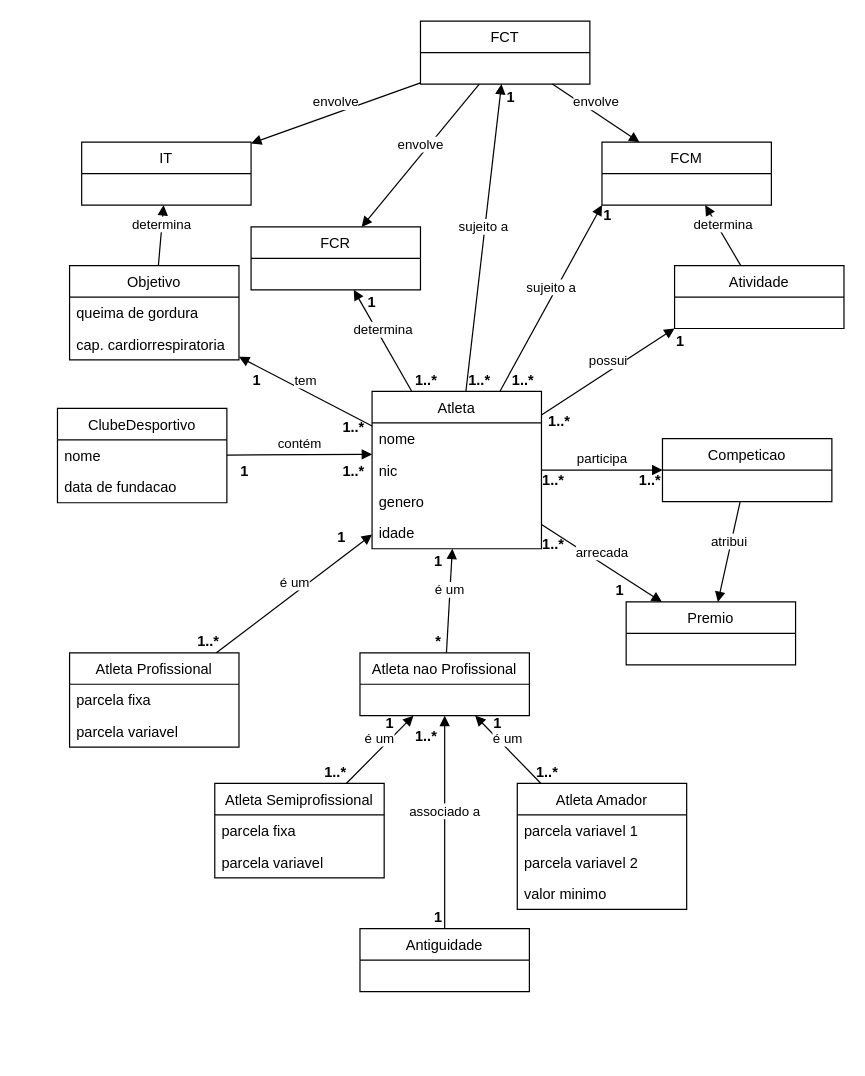
Earlier version of the draw.io diagram Modelo Dominio - Sprint 1.drawio (MarcoPereiraUpSkill/sprint-1-lucas-bruno-marco). Source tidied: cells renumbered, new cells numbered last; positions are measured from the earlier drawing's top-left corner, leaving out a move shared by most shapes. Both pictures are drawn from the tidied source at 121%, with x=0, y=0 at pixel (57, 21).
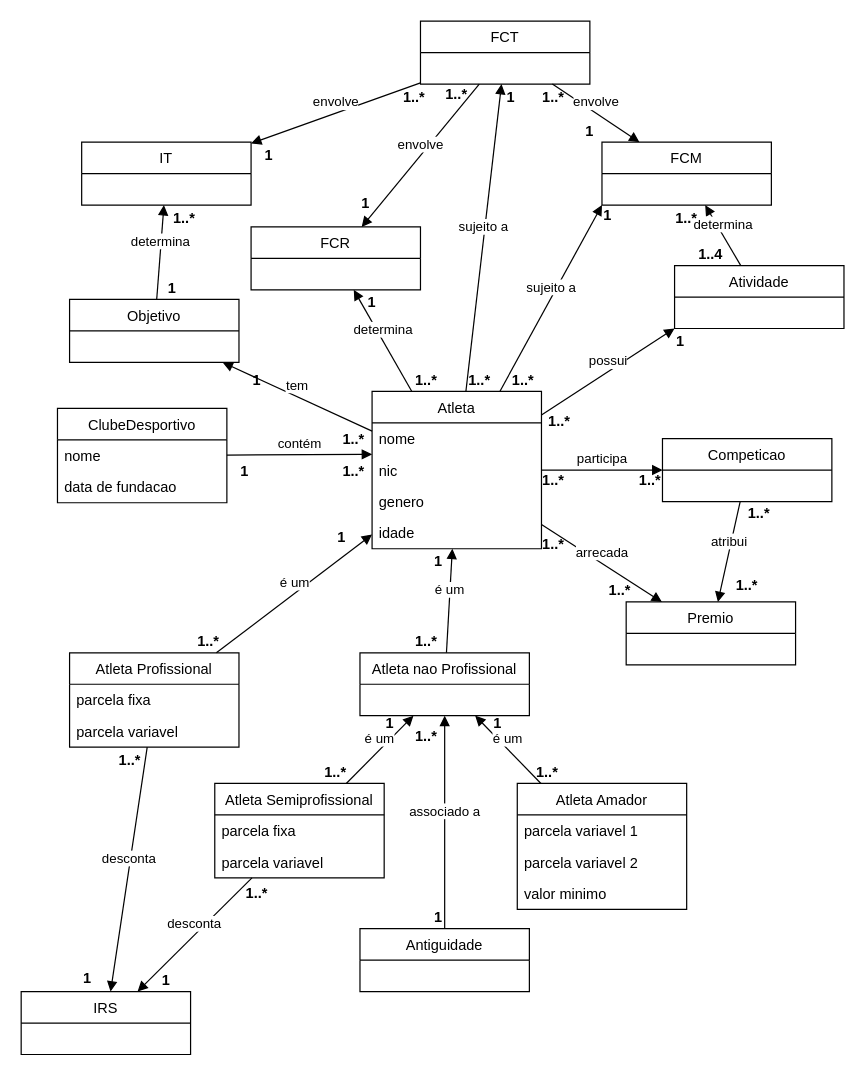
The same page after the edit.

Commit message (it also covers changes not shown here):
Adicionar Diagrama de Classe

The change refers to these unchanged cells:
```xml
<mxCell id="29" value="Atleta Profissional" style="swimlane;fontStyle=0;horizontal=1;startSize=26;fillColor=none;" parent="1" vertex="1">
  <mxGeometry x="10" y="522" width="140" height="78" as="geometry" />
</mxCell>
<mxCell id="37" value="Atleta Semiprofissional" style="swimlane;fontStyle=0;horizontal=1;startSize=26;fillColor=none;" parent="1" vertex="1">
  <mxGeometry x="130" y="630" width="140" height="78" as="geometry" />
</mxCell>
```

The edit, as a diff of the source:
```diff
@@
-    <mxCell id="18" value="Objetivo" style="swimlane;fontStyle=0;horizontal=1;startSize=26;fillColor=none;" parent="1" vertex="1">
-      <mxGeometry x="10" y="202" width="140" height="78" as="geometry" />
-    </mxCell>
-    <mxCell id="19" value="queima de gordura" style="text;strokeColor=none;fillColor=none;align=left;verticalAlign=top;spacingLeft=4;spacingRight=4;overflow=hidden;" parent="18" vertex="1">
-      <mxGeometry y="26" width="140" height="26" as="geometry" />
-    </mxCell>
-    <mxCell id="20" value="cap. cardiorrespiratoria" style="text;strokeColor=none;fillColor=none;align=left;verticalAlign=top;spacingLeft=4;spacingRight=4;overflow=hidden;" parent="18" vertex="1">
-      <mxGeometry y="52" width="140" height="26" as="geometry" />
-    </mxCell>
@@
-    <mxCell id="55" value="*" style="text;align=center;fontStyle=1;verticalAlign=middle;spacingLeft=3;spacingRight=3;strokeColor=none;" parent="1" vertex="1">
-      <mxGeometry x="300" y="502" width="30" height="20" as="geometry" />
-    </mxCell>
@@
-    <mxCell id="59" value="1" style="text;align=center;fontStyle=1;verticalAlign=middle;spacingLeft=3;spacingRight=3;strokeColor=none;" parent="1" vertex="1">
-      <mxGeometry x="450" y="460" width="30" height="20" as="geometry" />
-    </mxCell>
@@
     <mxCell id="68" value="1..*" style="text;align=center;fontStyle=1;verticalAlign=middle;spacingLeft=3;spacingRight=3;strokeColor=none;" parent="1" vertex="1">
-      <mxGeometry x="230" y="325" width="30" height="20" as="geometry" />
+      <mxGeometry x="230" y="335" width="30" height="20" as="geometry" />
     </mxCell>
@@
+    <mxCell id="77" value="desconta" style="html=1;verticalAlign=bottom;endArrow=block;" parent="1" edge="1" source="29" target="79">
+      <mxGeometry relative="1" as="geometry" />
+    </mxCell>
+    <mxCell id="78" value="desconta" style="html=1;verticalAlign=bottom;endArrow=block;" parent="1" edge="1" source="37" target="79">
+      <mxGeometry relative="1" as="geometry" />
+    </mxCell>
+    <mxCell id="79" value="IRS" style="swimlane;fontStyle=0;horizontal=1;startSize=26;fillColor=none;" parent="1" vertex="1">
+      <mxGeometry x="-30" y="802" width="140" height="52" as="geometry" />
+    </mxCell>
+    <mxCell id="80" value="1..*" style="text;align=center;fontStyle=1;verticalAlign=middle;spacingLeft=3;spacingRight=3;strokeColor=none;" parent="1" vertex="1">
+      <mxGeometry x="290" y="502" width="30" height="20" as="geometry" />
+    </mxCell>
+    <mxCell id="81" value="1" style="text;align=center;fontStyle=1;verticalAlign=middle;spacingLeft=3;spacingRight=3;strokeColor=none;" parent="1" vertex="1">
+      <mxGeometry x="10" y="780" width="30" height="20" as="geometry" />
+    </mxCell>
+    <mxCell id="82" value="1" style="text;align=center;fontStyle=1;verticalAlign=middle;spacingLeft=3;spacingRight=3;strokeColor=none;" parent="1" vertex="1">
+      <mxGeometry x="75" y="782" width="30" height="20" as="geometry" />
+    </mxCell>
+    <mxCell id="83" value="1..*" style="text;align=center;fontStyle=1;verticalAlign=middle;spacingLeft=3;spacingRight=3;strokeColor=none;" parent="1" vertex="1">
+      <mxGeometry x="45" y="600" width="30" height="20" as="geometry" />
+    </mxCell>
+    <mxCell id="84" value="1..*" style="text;align=center;fontStyle=1;verticalAlign=middle;spacingLeft=3;spacingRight=3;strokeColor=none;" parent="1" vertex="1">
+      <mxGeometry x="150" y="710" width="30" height="20" as="geometry" />
+    </mxCell>
+    <mxCell id="85" value="1..*" style="text;align=center;fontStyle=1;verticalAlign=middle;spacingLeft=3;spacingRight=3;strokeColor=none;" parent="1" vertex="1">
+      <mxGeometry x="450" y="460" width="30" height="20" as="geometry" />
+    </mxCell>
+    <mxCell id="86" value="1..*" style="text;align=center;fontStyle=1;verticalAlign=middle;spacingLeft=3;spacingRight=3;strokeColor=none;" parent="1" vertex="1">
+      <mxGeometry x="555" y="456" width="30" height="20" as="geometry" />
+    </mxCell>
+    <mxCell id="87" value="1..*" style="text;align=center;fontStyle=1;verticalAlign=middle;spacingLeft=3;spacingRight=3;strokeColor=none;" parent="1" vertex="1">
+      <mxGeometry x="565" y="396" width="30" height="20" as="geometry" />
+    </mxCell>
+    <mxCell id="88" value="1..4" style="text;align=center;fontStyle=1;verticalAlign=middle;spacingLeft=3;spacingRight=3;strokeColor=none;" parent="1" vertex="1">
+      <mxGeometry x="525" y="182" width="30" height="20" as="geometry" />
+    </mxCell>
+    <mxCell id="89" value="1..*" style="text;align=center;fontStyle=1;verticalAlign=middle;spacingLeft=3;spacingRight=3;strokeColor=none;" parent="1" vertex="1">
+      <mxGeometry x="505" y="152" width="30" height="20" as="geometry" />
+    </mxCell>
+    <mxCell id="90" value="1" style="text;align=center;fontStyle=1;verticalAlign=middle;spacingLeft=3;spacingRight=3;strokeColor=none;" parent="1" vertex="1">
+      <mxGeometry x="80" y="210" width="30" height="20" as="geometry" />
+    </mxCell>
+    <mxCell id="18" value="Objetivo" style="swimlane;fontStyle=0;horizontal=1;startSize=26;fillColor=none;" parent="1" vertex="1">
+      <mxGeometry x="10" y="230" width="140" height="52" as="geometry" />
+    </mxCell>
+    <mxCell id="91" value="1..*" style="text;align=center;fontStyle=1;verticalAlign=middle;spacingLeft=3;spacingRight=3;strokeColor=none;" parent="1" vertex="1">
+      <mxGeometry x="90" y="152" width="30" height="20" as="geometry" />
+    </mxCell>
+    <mxCell id="92" value="1" style="text;align=center;fontStyle=1;verticalAlign=middle;spacingLeft=3;spacingRight=3;strokeColor=none;" parent="1" vertex="1">
+      <mxGeometry x="160" y="100" width="30" height="20" as="geometry" />
+    </mxCell>
+    <mxCell id="93" value="1" style="text;align=center;fontStyle=1;verticalAlign=middle;spacingLeft=3;spacingRight=3;strokeColor=none;" parent="1" vertex="1">
+      <mxGeometry x="425" y="80" width="30" height="20" as="geometry" />
+    </mxCell>
+    <mxCell id="94" value="1" style="text;align=center;fontStyle=1;verticalAlign=middle;spacingLeft=3;spacingRight=3;strokeColor=none;" parent="1" vertex="1">
+      <mxGeometry x="240" y="140" width="30" height="20" as="geometry" />
+    </mxCell>
+    <mxCell id="95" value="1..*" style="text;align=center;fontStyle=1;verticalAlign=middle;spacingLeft=3;spacingRight=3;strokeColor=none;" parent="1" vertex="1">
+      <mxGeometry x="280" y="52" width="30" height="20" as="geometry" />
+    </mxCell>
+    <mxCell id="96" value="1..*" style="text;align=center;fontStyle=1;verticalAlign=middle;spacingLeft=3;spacingRight=3;strokeColor=none;" parent="1" vertex="1">
+      <mxGeometry x="395" y="52" width="30" height="20" as="geometry" />
+    </mxCell>
+    <mxCell id="97" value="1..*" style="text;align=center;fontStyle=1;verticalAlign=middle;spacingLeft=3;spacingRight=3;strokeColor=none;" parent="1" vertex="1">
+      <mxGeometry x="315" y="50" width="30" height="20" as="geometry" />
+    </mxCell>
```
